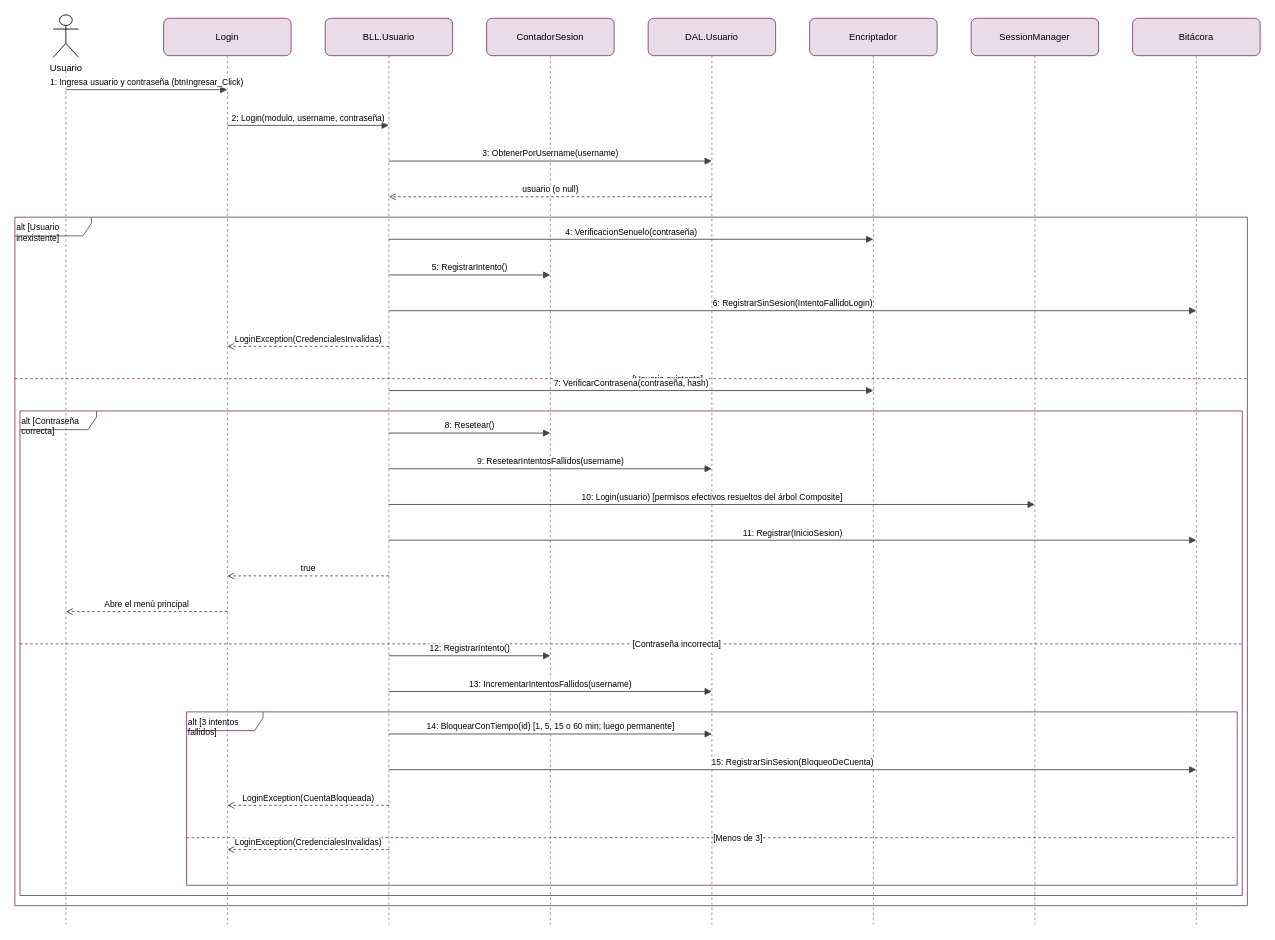
This is docs/diagramas/drawio/DSS_T02_1_Login.drawio from valentinamorana/Trabajo-de-Diploma, a draw.io file, before an edit. Source tidied: cells renumbered, new cells numbered last; positions are measured from the earlier drawing's top-left corner, leaving out a move shared by most shapes. Both pictures are drawn from the tidied source at 85%, with x=0, y=0 at pixel (14, 14).
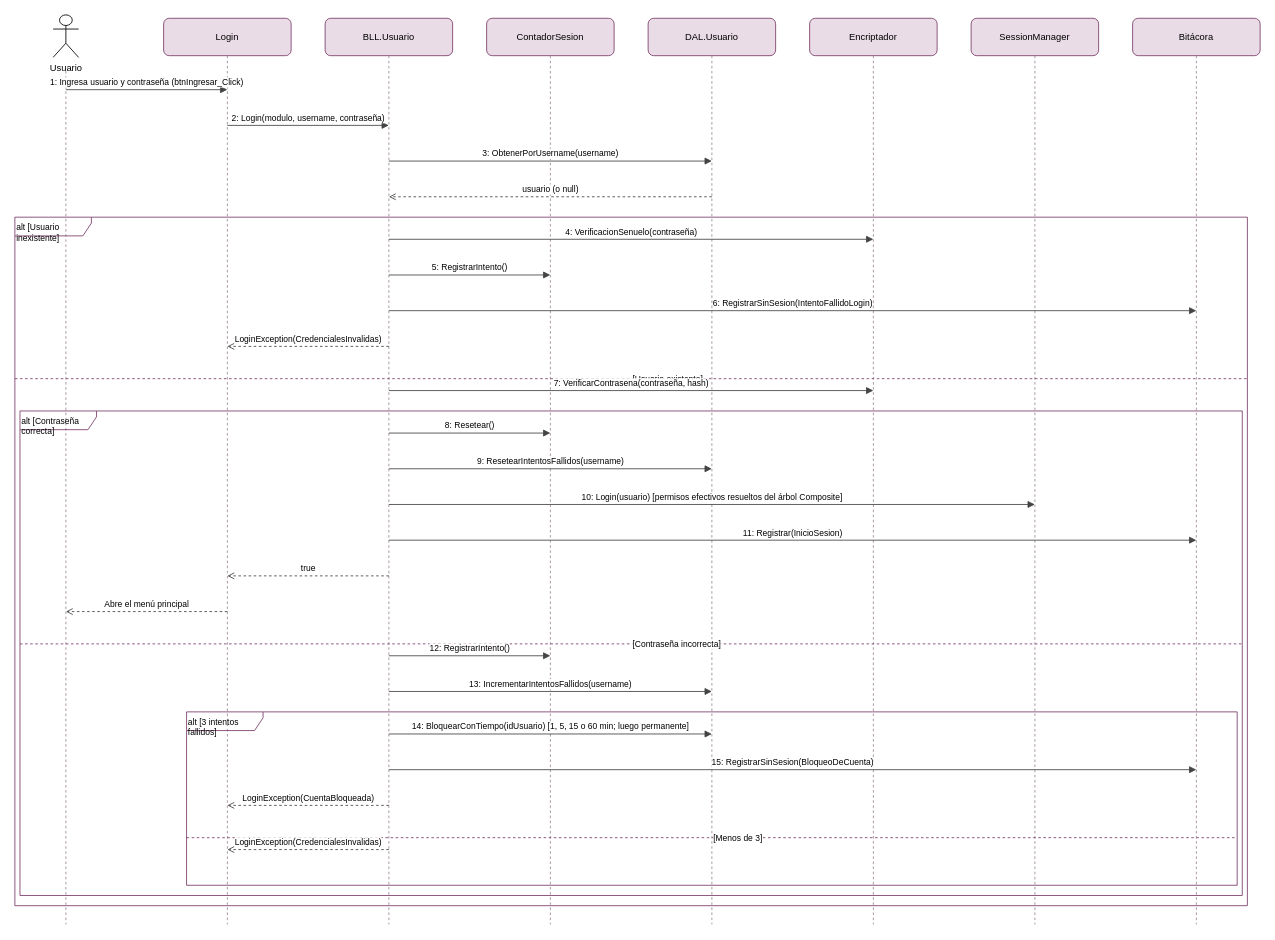
Above is the later version.

The edit, as a diff of the source:
```diff
@@
-    <mxCell id="41" value="14: BloquearConTiempo(id)  [1, 5, 15 o 60 min; luego permanente]" style="html=1;verticalAlign=bottom;endArrow=block;endFill=1;fontSize=10;strokeColor=#444;" parent="1" edge="1">
+    <mxCell id="41" value="14: BloquearConTiempo(idUsuario)  [1, 5, 15 o 60 min; luego permanente]" style="html=1;verticalAlign=bottom;endArrow=block;endFill=1;fontSize=10;strokeColor=#444;" parent="1" edge="1">
       <mxGeometry relative="1" as="geometry">
         <mxPoint x="440" y="846" as="sourcePoint" />
         <mxPoint x="820" y="846" as="targetPoint" />
       </mxGeometry>
     </mxCell>
```
